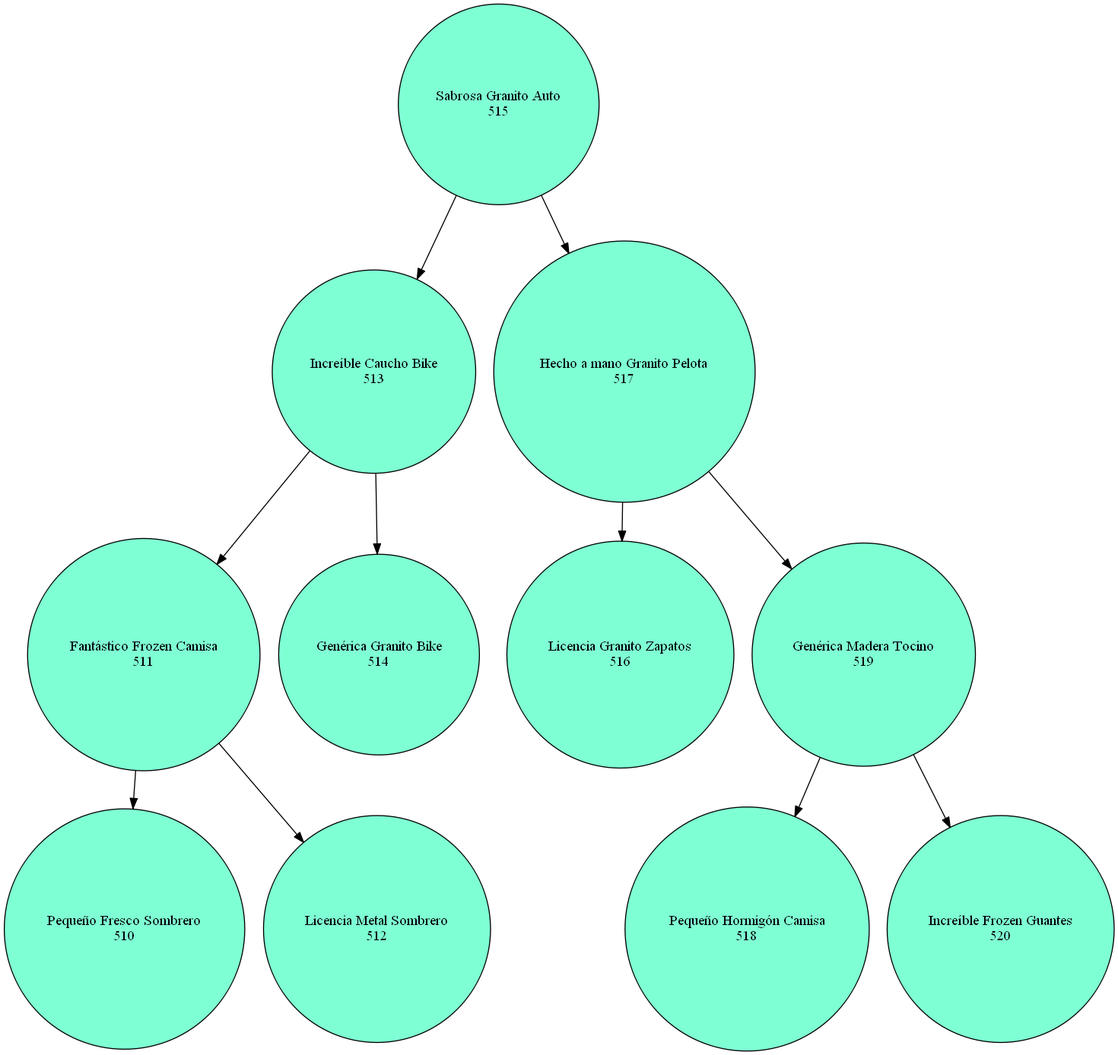
This is frontend/src/assets/img/Aranda, Aparicio y Navarro Asociados---GPS y navegacion---4.png from William58-0/201909103_ProyectoEDD, a Graphviz export, as it was before one commit. Its source is kept beside it as frontend/src/assets/img/Aranda, Aparicio y Navarro Asociados---GPS y navegacion---4.dot. Its diagram source:
```dot
digraph G{
node [shape=circle style=filled];
"0xc0000d23f8"[label="Sabrosa Granito Auto
515" fillcolor=aquamarine];
"0xc0000d23f8" -> "0xc000431a20";
"0xc0000d23f8" -> "0xc000431a28";
"0xc000431a20"[label="Increíble Caucho Bike
513" fillcolor=aquamarine];
"0xc000431a20" -> "0xc000431e80";
"0xc000431a20" -> "0xc000431e88";
"0xc000431e80"[label="Fantástico Frozen Camisa
511" fillcolor=aquamarine];
"0xc000431e80" -> "0xc000431ca0";
"0xc000431e80" -> "0xc000431ca8";
"0xc000431ca0"[label="Pequeño Fresco Sombrero
510" fillcolor=aquamarine];
"0xc000431ca8"[label="Licencia Metal Sombrero
512" fillcolor=aquamarine];
"0xc000431e88"[label="Genérica Granito Bike
514" fillcolor=aquamarine];
"0xc000431a28"[label="Hecho a mano Granito Pelota
517" fillcolor=aquamarine];
"0xc000431a28" -> "0xc000431d40";
"0xc000431a28" -> "0xc000431d48";
"0xc000431d40"[label="Licencia Granito Zapatos
516" fillcolor=aquamarine];
"0xc000431d48"[label="Genérica Madera Tocino
519" fillcolor=aquamarine];
"0xc000431d48" -> "0xc000436080";
"0xc000431d48" -> "0xc000436088";
"0xc000436080"[label="Pequeño Hormigón Camisa
518" fillcolor=aquamarine];
"0xc000436088"[label="Increíble Frozen Guantes
520" fillcolor=aquamarine];

}
```
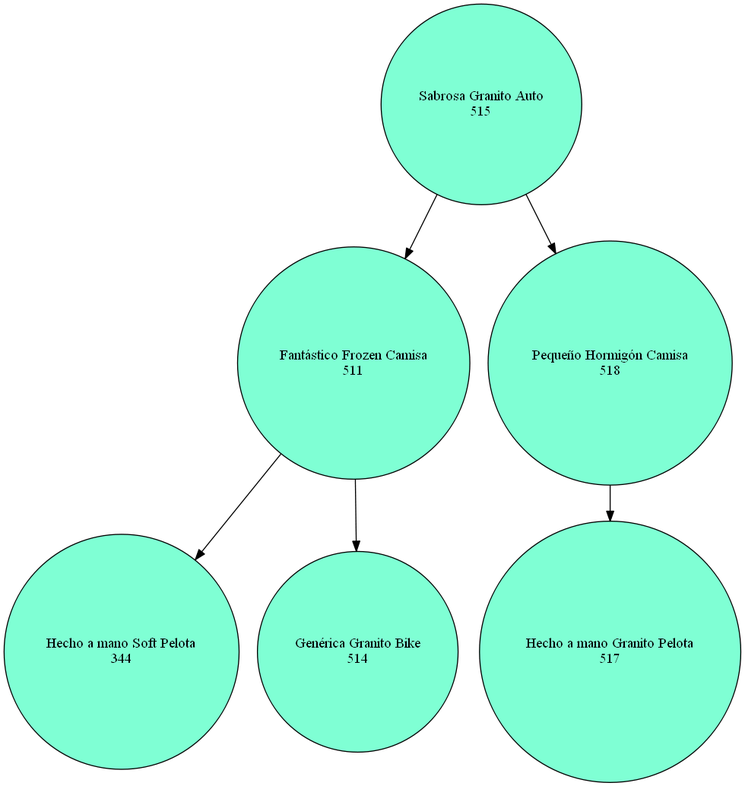
Above is the later version.

Diff of the diagram source:
```diff
@@ -1,36 +1,38 @@
 digraph G{
 node [shape=circle style=filled];
-"0xc0000d23f8"[label="Sabrosa Granito Auto
+"0xc000006038"[label="Sabrosa Granito Auto
 515" fillcolor=aquamarine];
-"0xc0000d23f8" -> "0xc000431a20";
-"0xc0000d23f8" -> "0xc000431a28";
-"0xc000431a20"[label="Increíble Caucho Bike
-513" fillcolor=aquamarine];
-"0xc000431a20" -> "0xc000431e80";
-"0xc000431a20" -> "0xc000431e88";
-"0xc000431e80"[label="Fantástico Frozen Camisa
+"0xc000006038" -> "0xc000086ee0";
+"0xc000006038" -> "0xc000086ee8";
+"0xc000086ee0"[label="Fantástico Frozen Camisa
 511" fillcolor=aquamarine];
-"0xc000431e80" -> "0xc000431ca0";
-"0xc000431e80" -> "0xc000431ca8";
-"0xc000431ca0"[label="Pequeño Fresco Sombrero
-510" fillcolor=aquamarine];
-"0xc000431ca8"[label="Licencia Metal Sombrero
-512" fillcolor=aquamarine];
-"0xc000431e88"[label="Genérica Granito Bike
+"0xc000086ee0" -> "0xc000087160";
+"0xc000086ee0" -> "0xc000087168";
+"0xc000087160"[label="Hecho a mano Soft Pelota
+344" fillcolor=aquamarine];
+"0xc000087168"[label="Genérica Granito Bike
 514" fillcolor=aquamarine];
-"0xc000431a28"[label="Hecho a mano Granito Pelota
+"0xc000086ee8"[label="Pequeño Hormigón Camisa
+518" fillcolor=aquamarine];
+"0xc000086ee8" -> "0xc0000870c0";
+"0xc0000870c0"[label="Hecho a mano Granito Pelota
 517" fillcolor=aquamarine];
-"0xc000431a28" -> "0xc000431d40";
-"0xc000431a28" -> "0xc000431d48";
-"0xc000431d40"[label="Licencia Granito Zapatos
+
+}
+ fillcolor=aquamarine];
+"0xc000048ee8"[label="Hecho a mano Granito Pelota
+517" fillcolor=aquamarine];
+"0xc000048ee8" -> "0xc000049200";
+"0xc000048ee8" -> "0xc000049208";
+"0xc000049200"[label="Licencia Granito Zapatos
 516" fillcolor=aquamarine];
-"0xc000431d48"[label="Genérica Madera Tocino
+"0xc000049208"[label="Genérica Madera Tocino
 519" fillcolor=aquamarine];
-"0xc000431d48" -> "0xc000436080";
-"0xc000431d48" -> "0xc000436088";
-"0xc000436080"[label="Pequeño Hormigón Camisa
+"0xc000049208" -> "0xc000049520";
+"0xc000049208" -> "0xc000049528";
+"0xc000049520"[label="Pequeño Hormigón Camisa
 518" fillcolor=aquamarine];
-"0xc000436088"[label="Increíble Frozen Guantes
+"0xc000049528"[label="Increíble Frozen Guantes
 520" fillcolor=aquamarine];
 
 }
```
